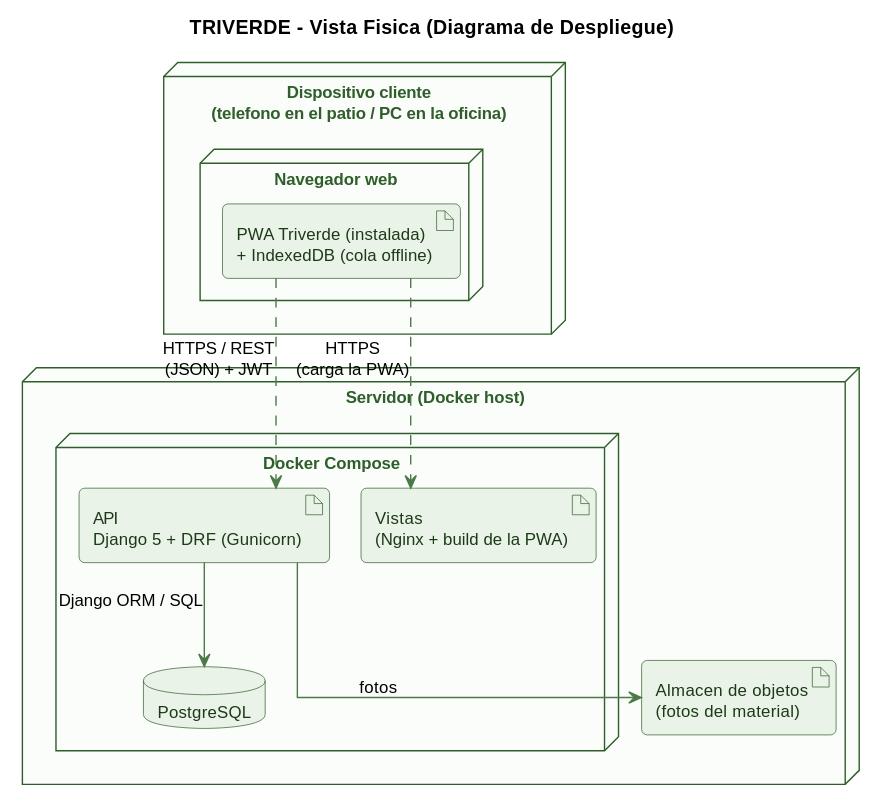
Earlier version of the PlantUML export docs/trabajo-grupal/diagramas/arquitectura/despliegue.svg (kenjikaese/Triverde). Its diagram source:
```plantuml
@startuml
title TRIVERDE - Vista Fisica (Diagrama de Despliegue)

skinparam backgroundColor #FFFFFF
skinparam shadowing false
skinparam roundcorner 8
skinparam defaultFontName Helvetica
skinparam defaultFontSize 12
skinparam linetype ortho
skinparam nodesep 22
skinparam ranksep 70
skinparam node {
  BackgroundColor #FBFDFA
  BorderColor #2E5E2A
  FontColor #2E5E2A
  FontStyle bold
}
skinparam artifact {
  BackgroundColor #EAF3E7
  BorderColor #2E5E2A
  FontColor #1B3A18
}
skinparam database {
  BackgroundColor #EAF3E7
  BorderColor #2E5E2A
  FontColor #1B3A18
}
skinparam ArrowColor #4B7A46

node "Dispositivo cliente\n(telefono en el patio / PC en la oficina)" as Cliente {
  node "Navegador web" as Nav {
    artifact "PWA Triverde (instalada)\n+ IndexedDB (cola offline)" as PWA
  }
}

node "Servidor (Docker host)" as Servidor {
  node "Docker Compose" as Compose {
    artifact "Vistas\n(Nginx + build de la PWA)" as FE
    artifact "API\nDjango 5 + DRF (Gunicorn)" as API
    database "PostgreSQL" as DB
  }
  artifact "Almacen de objetos\n(fotos del material)" as OS
}

PWA ..> FE : "HTTPS\n(carga la PWA)"
PWA ..> API : "HTTPS / REST\n(JSON) + JWT"
API --> DB : Django ORM / SQL
API --> OS : fotos
@enduml
```
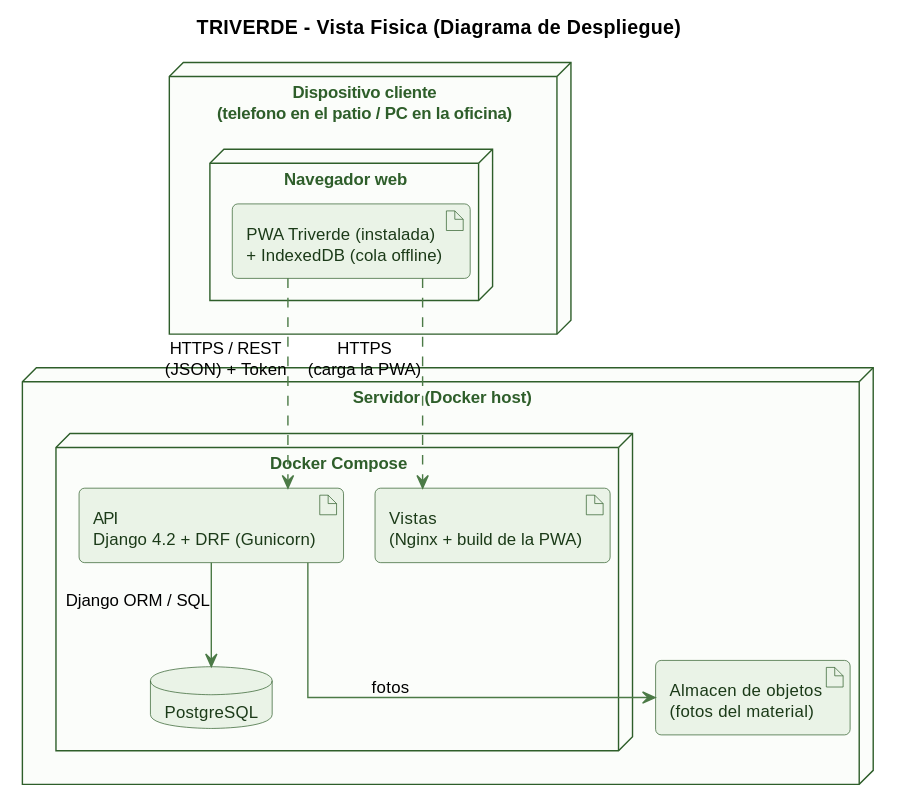
After the commit.

Commit message:
Inc 2: casos de prueba y log de la suite, modelo de datos y arquitectura regenerados (Django 4.2/Token DRF)

Diff of the diagram source:
```diff
@@ -36,14 +36,14 @@
 node "Servidor (Docker host)" as Servidor {
   node "Docker Compose" as Compose {
     artifact "Vistas\n(Nginx + build de la PWA)" as FE
-    artifact "API\nDjango 5 + DRF (Gunicorn)" as API
+    artifact "API\nDjango 4.2 + DRF (Gunicorn)" as API
     database "PostgreSQL" as DB
   }
   artifact "Almacen de objetos\n(fotos del material)" as OS
 }
 
 PWA ..> FE : "HTTPS\n(carga la PWA)"
-PWA ..> API : "HTTPS / REST\n(JSON) + JWT"
+PWA ..> API : "HTTPS / REST\n(JSON) + Token"
 API --> DB : Django ORM / SQL
 API --> OS : fotos
 @enduml
```
